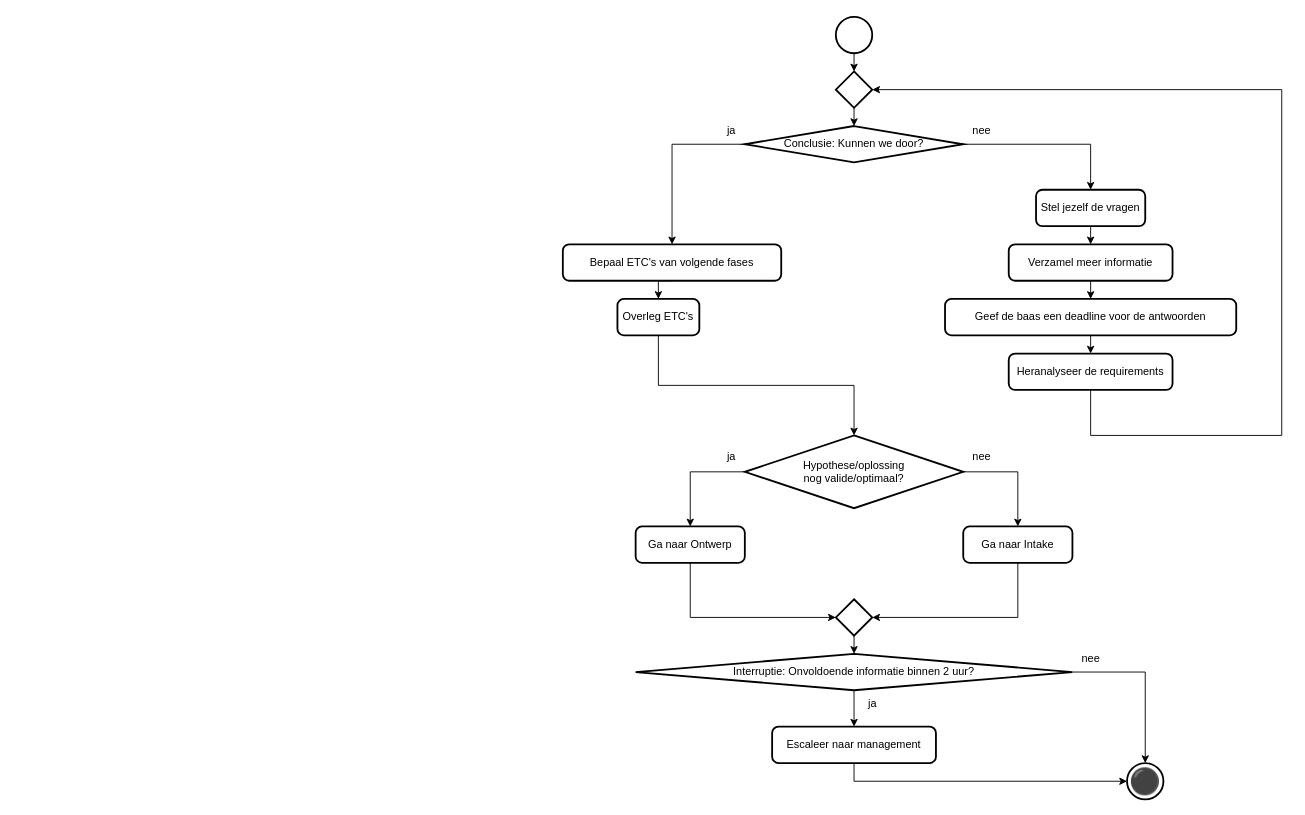
Before: 2 Issue Tracker analyse.drawio in Zaibatsu89/IssueTracker, a draw.io diagram. Source tidied: cells renumbered, new cells numbered last; positions are measured from the earlier drawing's top-left corner, leaving out a move shared by most shapes. Both pictures are drawn from the tidied source at 91%, with x=0, y=0 at pixel (562, 16).
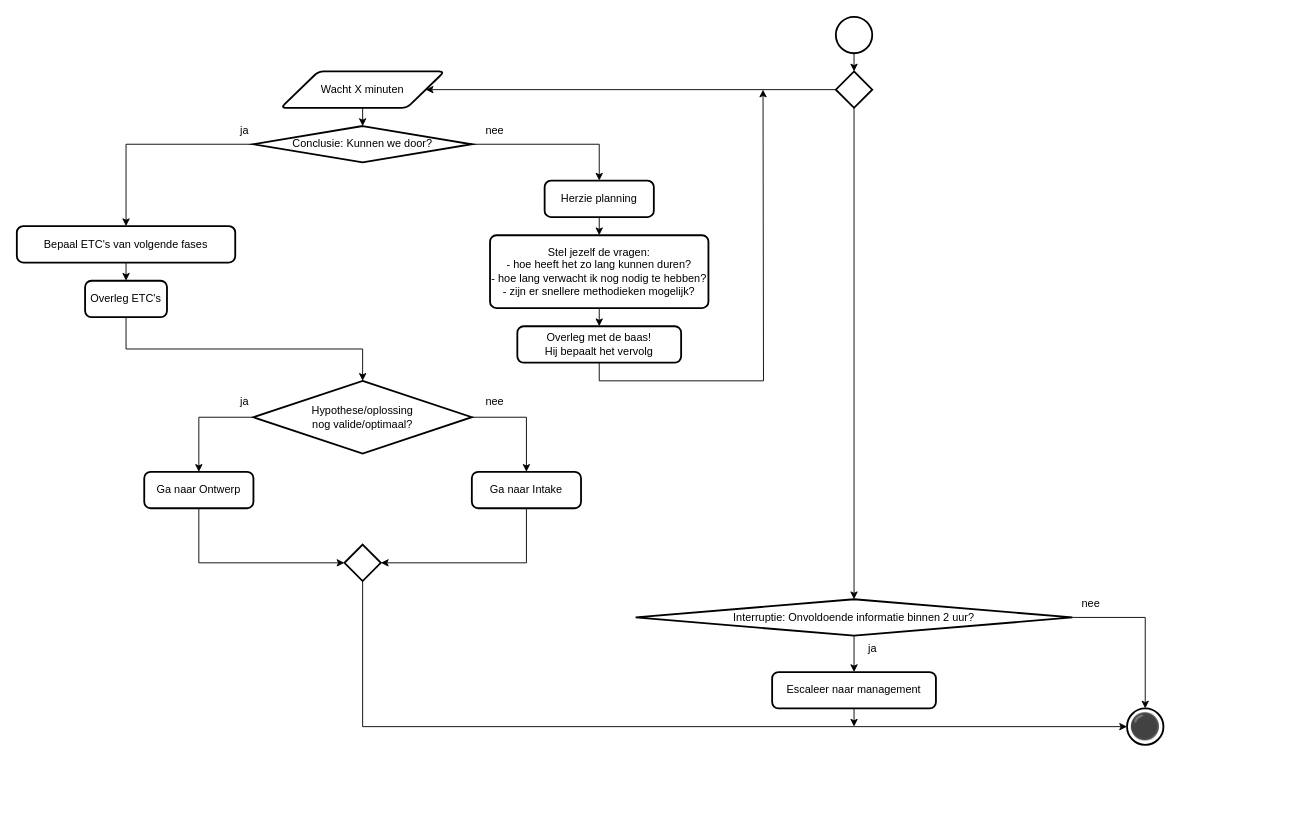
After the change.

Unchanged cells that the change refers to:
```xml
<mxCell id="39" style="strokeWidth=2;html=1;shape=mxgraph.flowchart.decision;whiteSpace=wrap;" parent="1" vertex="1">
  <mxGeometry x="300" y="60" width="40" height="40" as="geometry" />
</mxCell>
```

The edit, as a diff of the source:
```diff
@@
-    <mxCell id="3" style="edgeStyle=orthogonalEdgeStyle;rounded=0;jettySize=auto;html=1;exitX=1;exitY=0.5;exitDx=0;exitDy=0;exitPerimeter=0;entryX=0.5;entryY=0;entryDx=0;entryDy=0;" parent="1" edge="1" source="5" target="8">
+    <mxCell id="3" style="edgeStyle=orthogonalEdgeStyle;rounded=0;jettySize=auto;html=1;exitX=1;exitY=0.5;exitDx=0;exitDy=0;exitPerimeter=0;entryX=0.5;entryY=0;entryDx=0;entryDy=0;" parent="1" edge="1" source="5" target="49">
       <mxGeometry relative="1" as="geometry" />
     </mxCell>
@@
     <mxCell id="5" value="Conclusie: Kunnen we door?" style="strokeWidth=2;html=1;shape=mxgraph.flowchart.decision;whiteSpace=wrap;" parent="1" vertex="1">
-      <mxGeometry x="200" y="120" width="240" height="40" as="geometry" />
+      <mxGeometry x="-340" y="120" width="240" height="40" as="geometry" />
     </mxCell>
     <mxCell id="6" value="Ga naar Ontwerp" style="rounded=1;whiteSpace=wrap;html=1;absoluteArcSize=1;arcSize=14;strokeWidth=2;" parent="1" vertex="1">
-      <mxGeometry x="80" y="560" width="120" height="40" as="geometry" />
+      <mxGeometry x="-460" y="500" width="120" height="40" as="geometry" />
     </mxCell>
-    <mxCell id="7" style="edgeStyle=orthogonalEdgeStyle;rounded=0;jettySize=auto;html=1;exitX=0.5;exitY=1;exitDx=0;exitDy=0;entryX=0.5;entryY=0;entryDx=0;entryDy=0;" parent="1" edge="1" source="8" target="12">
-      <mxGeometry relative="1" as="geometry" />
-    </mxCell>
-    <mxCell id="8" value="Stel jezelf de vragen" style="rounded=1;whiteSpace=wrap;html=1;absoluteArcSize=1;arcSize=14;strokeWidth=2;" parent="1" vertex="1">
-      <mxGeometry x="520" y="190" width="120" height="40" as="geometry" />
-    </mxCell>
     <mxCell id="9" value="nee" style="text;html=1;align=center;verticalAlign=middle;strokeColor=none;fillColor=none;" parent="1" vertex="1">
-      <mxGeometry x="440" y="110" width="40" height="30" as="geometry" />
+      <mxGeometry x="-95" y="110" width="40" height="30" as="geometry" />
     </mxCell>
     <mxCell id="10" value="ja" style="text;html=1;align=center;verticalAlign=middle;strokeColor=none;fillColor=none;" parent="1" vertex="1">
-      <mxGeometry x="170" y="110" width="30" height="30" as="geometry" />
+      <mxGeometry x="-365" y="110" width="30" height="30" as="geometry" />
     </mxCell>
-    <mxCell id="11" style="edgeStyle=orthogonalEdgeStyle;rounded=0;jettySize=auto;html=1;exitX=0.5;exitY=1;exitDx=0;exitDy=0;entryX=0.5;entryY=0;entryDx=0;entryDy=0;" parent="1" edge="1" source="12" target="14">
-      <mxGeometry relative="1" as="geometry" />
-    </mxCell>
-    <mxCell id="12" value="Verzamel meer informatie" style="rounded=1;whiteSpace=wrap;html=1;absoluteArcSize=1;arcSize=14;strokeWidth=2;" parent="1" vertex="1">
-      <mxGeometry x="490" y="250" width="180" height="40" as="geometry" />
-    </mxCell>
-    <mxCell id="13" style="edgeStyle=orthogonalEdgeStyle;rounded=0;jettySize=auto;html=1;exitX=0.5;exitY=1;exitDx=0;exitDy=0;entryX=0.5;entryY=0;entryDx=0;entryDy=0;" parent="1" edge="1" source="14" target="16">
-      <mxGeometry relative="1" as="geometry" />
-    </mxCell>
-    <mxCell id="14" value="Geef de baas een deadline voor de antwoorden" style="rounded=1;whiteSpace=wrap;html=1;absoluteArcSize=1;arcSize=14;strokeWidth=2;" parent="1" vertex="1">
-      <mxGeometry x="420" y="310" width="320" height="40" as="geometry" />
-    </mxCell>
-    <mxCell id="15" style="edgeStyle=orthogonalEdgeStyle;rounded=0;jettySize=auto;html=1;exitX=0.5;exitY=1;exitDx=0;exitDy=0;entryX=1;entryY=0.5;entryDx=0;entryDy=0;entryPerimeter=0;" parent="1" edge="1" source="16" target="39">
-      <mxGeometry relative="1" as="geometry">
-        <Array as="points">
-          <mxPoint x="580" y="460" />
-          <mxPoint x="790" y="460" />
-          <mxPoint x="790" y="80" />
-        </Array>
-      </mxGeometry>
-    </mxCell>
-    <mxCell id="16" value="Heranalyseer de requirements" style="rounded=1;whiteSpace=wrap;html=1;absoluteArcSize=1;arcSize=14;strokeWidth=2;" parent="1" vertex="1">
-      <mxGeometry x="490" y="370" width="180" height="40" as="geometry" />
-    </mxCell>
     <mxCell id="17" value="Overleg ETC's" style="rounded=1;whiteSpace=wrap;html=1;absoluteArcSize=1;arcSize=14;strokeWidth=2;" parent="1" vertex="1">
-      <mxGeometry x="60" y="310" width="90" height="40" as="geometry" />
+      <mxGeometry x="-525" y="290" width="90" height="40" as="geometry" />
     </mxCell>
@@
     <mxCell id="19" value="Interruptie: Onvoldoende informatie binnen 2 uur?" style="strokeWidth=2;html=1;shape=mxgraph.flowchart.decision;whiteSpace=wrap;" parent="1" vertex="1">
-      <mxGeometry x="80" y="700" width="480" height="40" as="geometry" />
+      <mxGeometry x="80" y="640" width="480" height="40" as="geometry" />
     </mxCell>
     <mxCell id="20" value="nee" style="text;html=1;align=center;verticalAlign=middle;strokeColor=none;fillColor=none;" parent="1" vertex="1">
-      <mxGeometry x="560" y="690" width="40" height="30" as="geometry" />
+      <mxGeometry x="560" y="630" width="40" height="30" as="geometry" />
     </mxCell>
+    <mxCell id="42" style="edgeStyle=orthogonalEdgeStyle;rounded=0;jettySize=auto;html=1;exitX=0.5;exitY=1;exitDx=0;exitDy=0;" parent="1" edge="1" source="21">
+      <mxGeometry relative="1" as="geometry">
+        <mxPoint x="320" y="780" as="targetPoint" />
+      </mxGeometry>
+    </mxCell>
     <mxCell id="21" value="Escaleer naar management" style="rounded=1;whiteSpace=wrap;html=1;absoluteArcSize=1;arcSize=14;strokeWidth=2;" parent="1" vertex="1">
-      <mxGeometry x="230" y="780" width="180" height="40" as="geometry" />
+      <mxGeometry x="230" y="720" width="180" height="40" as="geometry" />
     </mxCell>
     <mxCell id="22" value="ja" style="text;html=1;align=center;verticalAlign=middle;strokeColor=none;fillColor=none;" parent="1" vertex="1">
-      <mxGeometry x="325" y="740" width="30" height="30" as="geometry" />
+      <mxGeometry x="325" y="680" width="30" height="30" as="geometry" />
     </mxCell>
     <mxCell id="23" value="⚫" style="strokeWidth=2;html=1;shape=mxgraph.flowchart.start_2;whiteSpace=wrap;fillColor=none;fontSize=28;" parent="1" vertex="1">
-      <mxGeometry x="620" y="820" width="40" height="40" as="geometry" />
+      <mxGeometry x="620" y="760" width="40" height="40" as="geometry" />
     </mxCell>
@@
     <mxCell id="25" value="Bepaal ETC's van volgende fases" style="rounded=1;whiteSpace=wrap;html=1;absoluteArcSize=1;arcSize=14;strokeWidth=2;" parent="1" vertex="1">
-      <mxGeometry y="250" width="240" height="40" as="geometry" />
+      <mxGeometry x="-600" y="230" width="240" height="40" as="geometry" />
     </mxCell>
-    <mxCell id="26" style="edgeStyle=orthogonalEdgeStyle;rounded=0;jettySize=auto;html=1;exitX=0.5;exitY=1;exitDx=0;exitDy=0;entryX=0;entryY=0.5;entryDx=0;entryDy=0;entryPerimeter=0;" parent="1" edge="1" source="21" target="23">
-      <mxGeometry relative="1" as="geometry" />
-    </mxCell>
@@
     <mxCell id="30" value="Hypothese/oplossing&lt;br&gt;nog valide/optimaal?" style="strokeWidth=2;html=1;shape=mxgraph.flowchart.decision;whiteSpace=wrap;" parent="1" vertex="1">
-      <mxGeometry x="200" y="460" width="240" height="80" as="geometry" />
+      <mxGeometry x="-340" y="400" width="240" height="80" as="geometry" />
     </mxCell>
     <mxCell id="31" style="strokeWidth=2;html=1;shape=mxgraph.flowchart.decision;whiteSpace=wrap;" parent="1" vertex="1">
-      <mxGeometry x="300" y="640" width="40" height="40" as="geometry" />
+      <mxGeometry x="-240" y="580" width="40" height="40" as="geometry" />
     </mxCell>
@@
-    <mxCell id="33" style="edgeStyle=orthogonalEdgeStyle;rounded=0;jettySize=auto;html=1;exitX=0.5;exitY=1;exitDx=0;exitDy=0;exitPerimeter=0;entryX=0.5;entryY=0;entryDx=0;entryDy=0;entryPerimeter=0;" parent="1" edge="1" source="31" target="19">
-      <mxGeometry relative="1" as="geometry" />
-    </mxCell>
     <mxCell id="34" value="ja" style="text;html=1;align=center;verticalAlign=middle;strokeColor=none;fillColor=none;" parent="1" vertex="1">
-      <mxGeometry x="170" y="468" width="30" height="30" as="geometry" />
+      <mxGeometry x="-365" y="408" width="30" height="30" as="geometry" />
     </mxCell>
     <mxCell id="35" value="Ga naar Intake" style="rounded=1;whiteSpace=wrap;html=1;absoluteArcSize=1;arcSize=14;strokeWidth=2;" parent="1" vertex="1">
-      <mxGeometry x="440" y="560" width="120" height="40" as="geometry" />
+      <mxGeometry x="-100" y="500" width="120" height="40" as="geometry" />
     </mxCell>
@@
     <mxCell id="37" value="nee" style="text;html=1;align=center;verticalAlign=middle;strokeColor=none;fillColor=none;" parent="1" vertex="1">
-      <mxGeometry x="440" y="468" width="40" height="30" as="geometry" />
+      <mxGeometry x="-95" y="408" width="40" height="30" as="geometry" />
     </mxCell>
@@
+    <mxCell id="43" value="Wacht X minuten" style="shape=parallelogram;html=1;strokeWidth=2;perimeter=parallelogramPerimeter;whiteSpace=wrap;rounded=1;arcSize=12;size=0.23;" parent="1" vertex="1">
+      <mxGeometry x="-310" y="60" width="180" height="40" as="geometry" />
+    </mxCell>
+    <mxCell id="44" style="edgeStyle=orthogonalEdgeStyle;rounded=0;jettySize=auto;html=1;exitX=0;exitY=0.5;exitDx=0;exitDy=0;exitPerimeter=0;entryX=1;entryY=0.5;entryDx=0;entryDy=0;" parent="1" edge="1" source="39" target="43">
+      <mxGeometry relative="1" as="geometry" />
+    </mxCell>
@@
-    <mxCell id="41" style="edgeStyle=orthogonalEdgeStyle;rounded=0;jettySize=auto;html=1;exitX=0.5;exitY=1;exitDx=0;exitDy=0;exitPerimeter=0;entryX=0.5;entryY=0;entryDx=0;entryDy=0;entryPerimeter=0;" parent="1" edge="1" source="39" target="5">
-      <mxGeometry relative="1" as="geometry" />
-    </mxCell>
+    <mxCell id="45" style="edgeStyle=orthogonalEdgeStyle;rounded=0;jettySize=auto;html=1;exitX=0.5;exitY=1;exitDx=0;exitDy=0;entryX=0.5;entryY=0;entryDx=0;entryDy=0;entryPerimeter=0;" parent="1" edge="1" source="43">
+      <mxGeometry relative="1" as="geometry">
+        <mxPoint x="-220" y="120" as="targetPoint" />
+      </mxGeometry>
+    </mxCell>
+    <mxCell id="46" style="edgeStyle=orthogonalEdgeStyle;rounded=0;jettySize=auto;html=1;exitX=0.5;exitY=1;exitDx=0;exitDy=0;exitPerimeter=0;entryX=0.5;entryY=0;entryDx=0;entryDy=0;entryPerimeter=0;" parent="1" edge="1" source="39" target="19">
+      <mxGeometry relative="1" as="geometry" />
+    </mxCell>
+    <mxCell id="47" style="edgeStyle=orthogonalEdgeStyle;rounded=0;jettySize=auto;html=1;exitX=0.5;exitY=1;exitDx=0;exitDy=0;exitPerimeter=0;entryX=0;entryY=0.5;entryDx=0;entryDy=0;entryPerimeter=0;" parent="1" edge="1" source="31" target="23">
+      <mxGeometry relative="1" as="geometry" />
+    </mxCell>
+    <mxCell id="48" style="edgeStyle=orthogonalEdgeStyle;rounded=0;jettySize=auto;html=1;exitX=0.5;exitY=1;exitDx=0;exitDy=0;entryX=0.5;entryY=0;entryDx=0;entryDy=0;" parent="1" edge="1" source="49" target="51">
+      <mxGeometry relative="1" as="geometry" />
+    </mxCell>
+    <mxCell id="49" value="Herzie planning" style="rounded=1;whiteSpace=wrap;html=1;absoluteArcSize=1;arcSize=14;strokeWidth=2;" parent="1" vertex="1">
+      <mxGeometry x="-20" y="180" width="120" height="40" as="geometry" />
+    </mxCell>
+    <mxCell id="50" style="edgeStyle=orthogonalEdgeStyle;rounded=0;jettySize=auto;html=1;exitX=0.5;exitY=1;exitDx=0;exitDy=0;entryX=0.5;entryY=0;entryDx=0;entryDy=0;" parent="1" edge="1" source="51" target="53">
+      <mxGeometry relative="1" as="geometry" />
+    </mxCell>
+    <mxCell id="51" value="Stel jezelf de vragen:&lt;div&gt;- hoe heeft het zo lang kunnen duren?&lt;/div&gt;&lt;div&gt;- hoe lang verwacht ik nog nodig te hebben?&lt;/div&gt;&lt;div&gt;- zijn er snellere methodieken mogelijk?&lt;/div&gt;" style="rounded=1;whiteSpace=wrap;html=1;absoluteArcSize=1;arcSize=14;strokeWidth=2;" parent="1" vertex="1">
+      <mxGeometry x="-80" y="240" width="240" height="80" as="geometry" />
+    </mxCell>
+    <mxCell id="52" style="edgeStyle=orthogonalEdgeStyle;rounded=0;jettySize=auto;html=1;exitX=0.5;exitY=1;exitDx=0;exitDy=0;" parent="1" edge="1" source="53">
+      <mxGeometry relative="1" as="geometry">
+        <mxPoint x="220" y="80" as="targetPoint" />
+      </mxGeometry>
+    </mxCell>
+    <mxCell id="53" value="Overleg met de baas!&lt;br&gt;Hij bepaalt het vervolg" style="rounded=1;whiteSpace=wrap;html=1;absoluteArcSize=1;arcSize=14;strokeWidth=2;" parent="1" vertex="1">
+      <mxGeometry x="-50" y="340" width="180" height="40" as="geometry" />
+    </mxCell>
```
